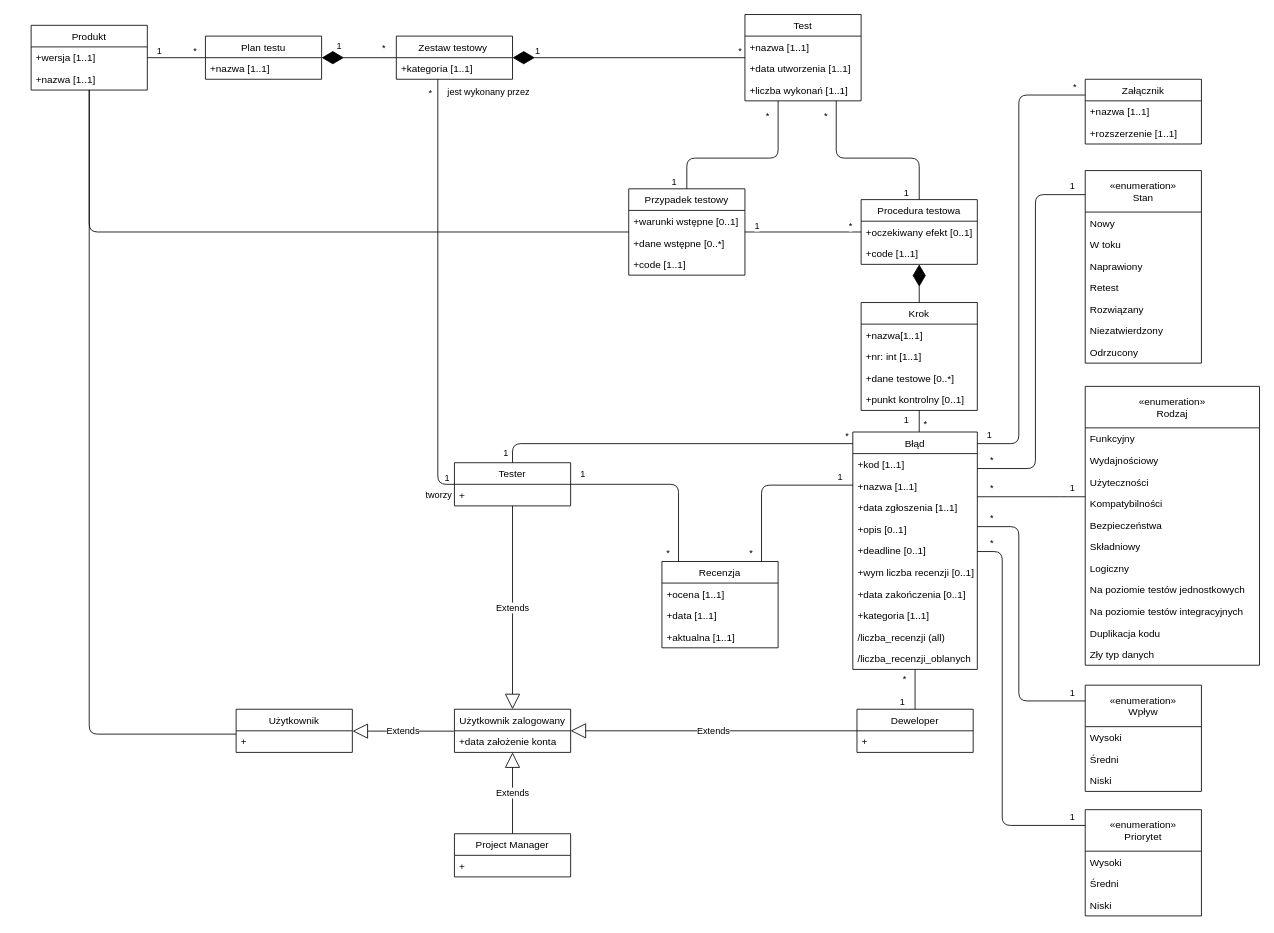
Earlier version of the draw.io diagram Diagram Klas.drawio (Nilphym/ZPI). Source tidied: cells renumbered, new cells numbered last; positions are measured from the earlier drawing's top-left corner, leaving out a move shared by most shapes. Both pictures are drawn from the tidied source at 83%, with x=0, y=0 at pixel (31, 14).
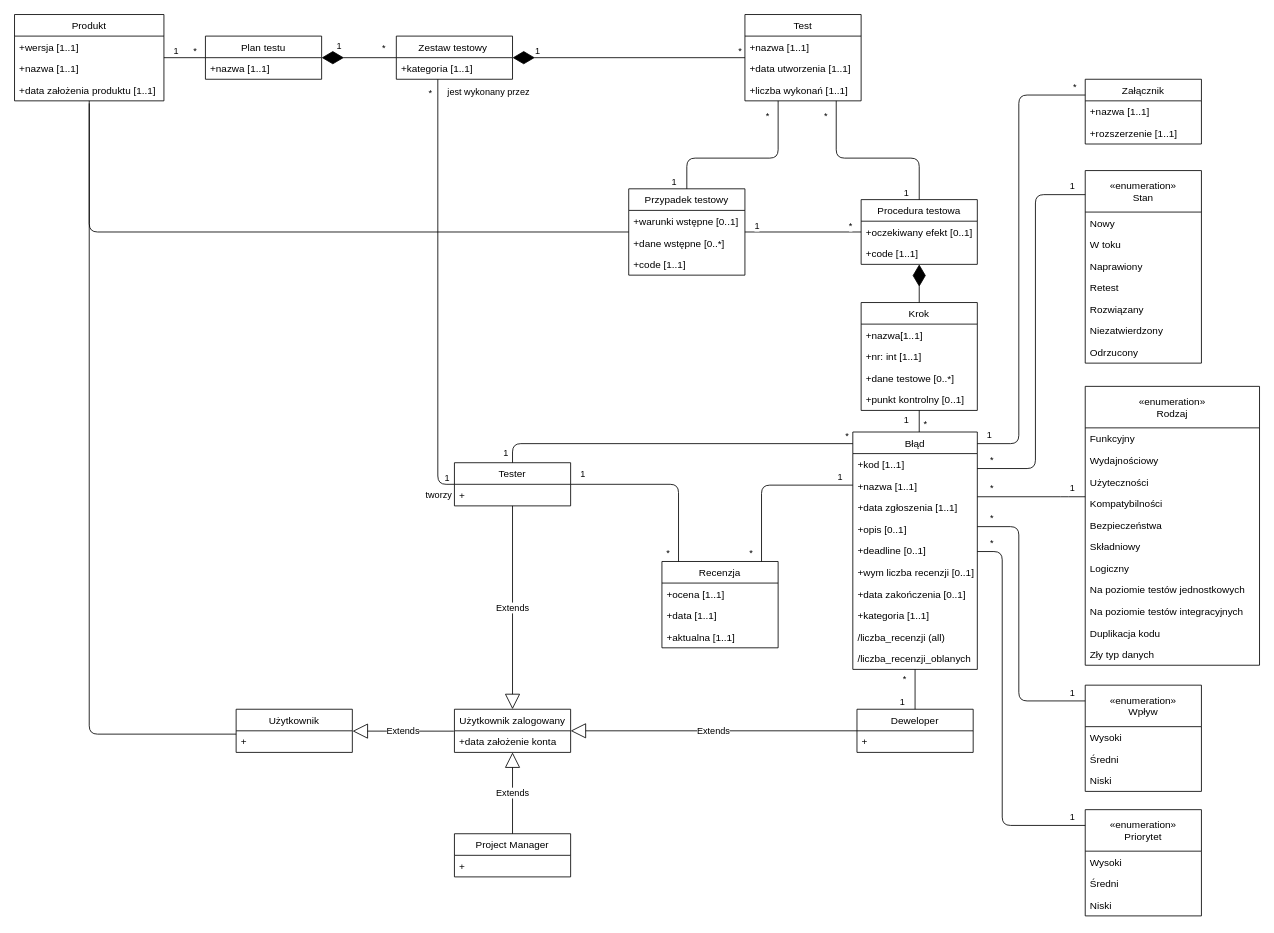
Above is the later version.

The edit, as a diff of the source:
```diff
@@
     <mxCell id="27" value="Produkt" style="swimlane;fontStyle=0;horizontal=1;startSize=26;fillColor=none;" parent="1" vertex="1">
-      <mxGeometry y="13" width="140" height="78" as="geometry" />
+      <mxGeometry x="-20" width="180" height="104" as="geometry" />
     </mxCell>
     <mxCell id="28" value="+wersja [1..1]" style="text;strokeColor=none;fillColor=none;align=left;verticalAlign=top;spacingLeft=4;spacingRight=4;overflow=hidden;" parent="27" vertex="1">
-      <mxGeometry y="26" width="140" height="26" as="geometry" />
+      <mxGeometry y="26" width="180" height="26" as="geometry" />
     </mxCell>
     <mxCell id="29" value="+nazwa [1..1]" style="text;strokeColor=none;fillColor=none;align=left;verticalAlign=top;spacingLeft=4;spacingRight=4;overflow=hidden;points=[[0,0.5],[1,0.5]];portConstraint=eastwest;" parent="27" vertex="1">
-      <mxGeometry y="52" width="140" height="26" as="geometry" />
+      <mxGeometry y="52" width="180" height="26" as="geometry" />
     </mxCell>
+    <mxCell id="141" value="+data założenia produktu [1..1]" style="text;strokeColor=none;fillColor=none;align=left;verticalAlign=top;spacingLeft=4;spacingRight=4;overflow=hidden;" parent="27" vertex="1">
+      <mxGeometry y="78" width="180" height="26" as="geometry" />
+    </mxCell>
@@
-    <mxCell id="136" style="edgeStyle=orthogonalEdgeStyle;rounded=1;jettySize=auto;html=1;endArrow=none;endFill=0;" parent="1" edge="1" source="29">
+    <mxCell id="136" style="edgeStyle=orthogonalEdgeStyle;rounded=1;orthogonalLoop=1;jettySize=auto;html=1;endArrow=none;endFill=0;" parent="1" edge="1">
       <mxGeometry relative="1" as="geometry">
+        <mxPoint x="70" y="107" as="sourcePoint" />
         <mxPoint x="720" y="262" as="targetPoint" />
         <Array as="points">
           <mxPoint x="70" y="262" />
         </Array>
       </mxGeometry>
     </mxCell>
```
